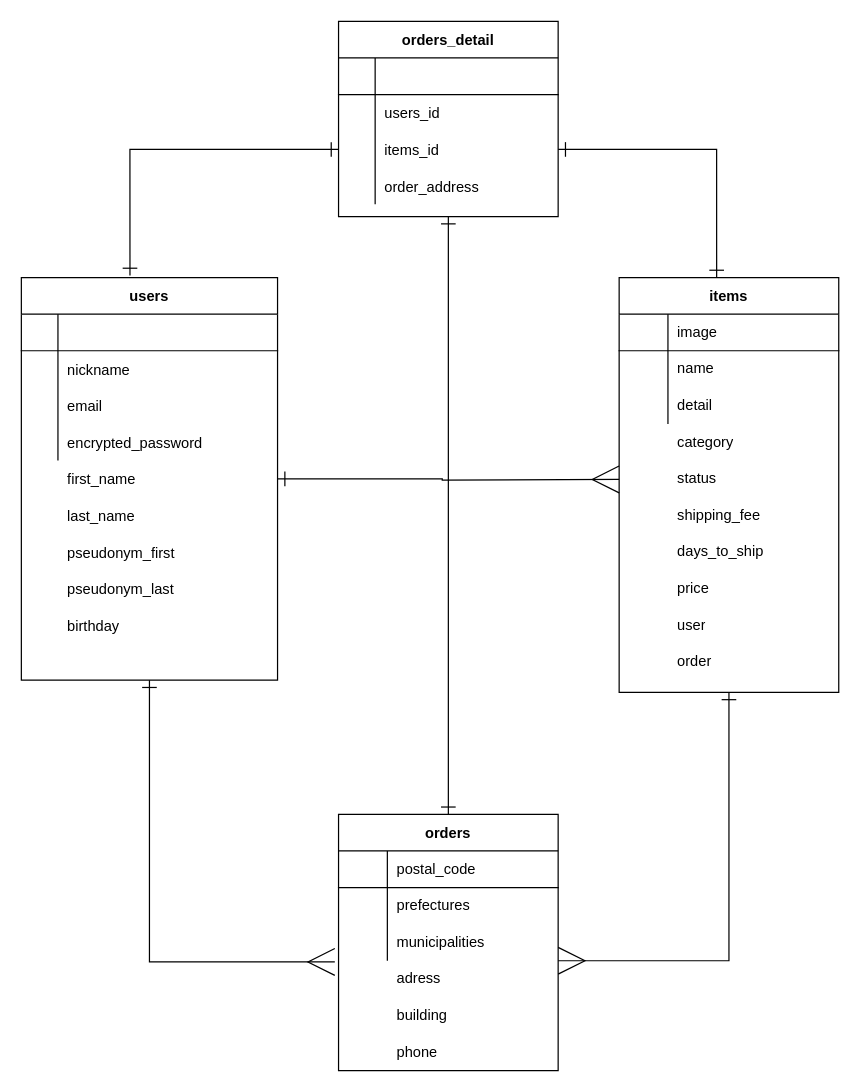
The draw.io diagram test.dio in Yusuke0507/furima-36427, before the edit. Source tidied: cells renumbered, new cells numbered last; positions are measured from the earlier drawing's top-left corner, leaving out a move shared by most shapes. Both pictures are drawn from the tidied source at 122%, with x=0, y=0 at pixel (21, 21).
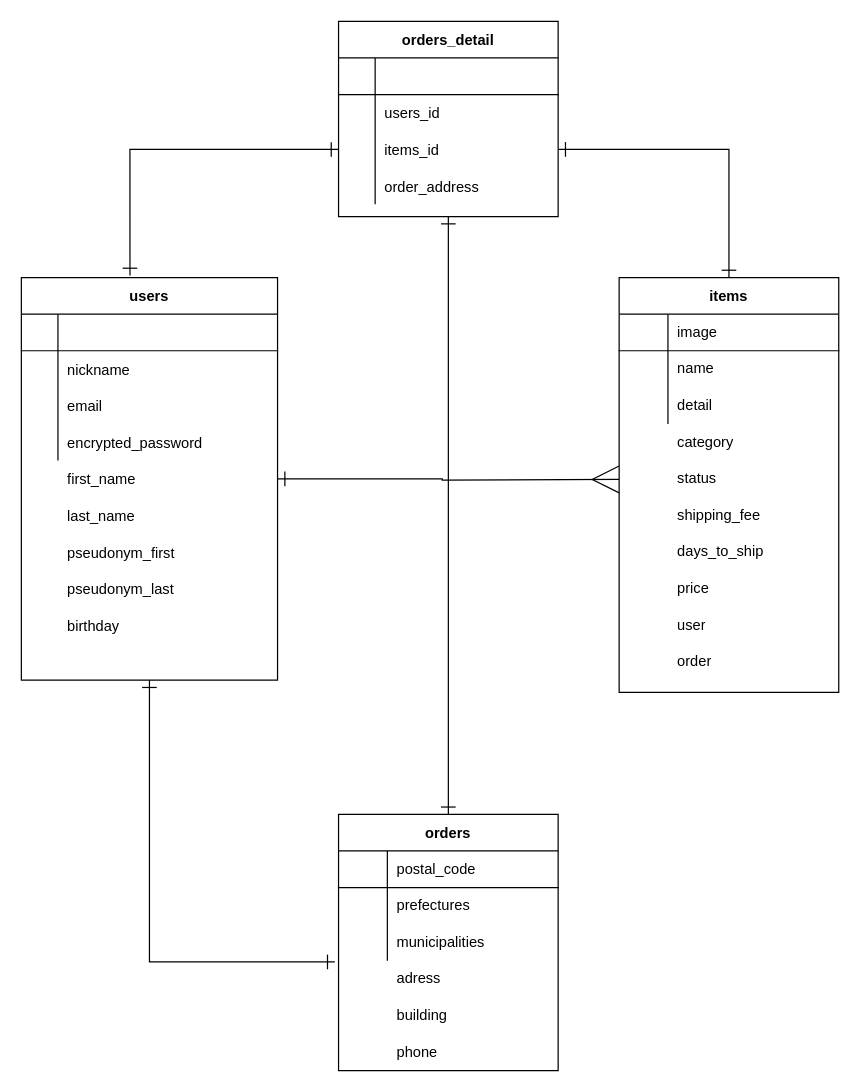
Above is the later version.

Unchanged cells that the change refers to:
```xml
<mxCell id="4" value="users" style="shape=table;startSize=30;childLayout=tableLayout;rowLines=0;fontStyle=1;align=center;" parent="1" vertex="1">
  <mxGeometry y="210" width="210" height="330" as="geometry" />
</mxCell>
<mxCell id="23" value="items" style="shape=table;startSize=30;childLayout=tableLayout;rowLines=0;fontStyle=1;align=center;fillColor=none;" parent="1" vertex="1">
  <mxGeometry x="490" y="210" width="180" height="340" as="geometry" />
</mxCell>
<mxCell id="40" style="shape=partialRectangle;html=1;whiteSpace=wrap;fillColor=none;top=0;left=0;bottom=0;right=0;points=[[0,0.5],[1,0.5]];portConstraint=eastwest;" parent="33" vertex="1">
  <mxGeometry y="90" width="180" height="30" as="geometry" />
</mxCell>
<mxCell id="64" style="shape=partialRectangle;fillColor=none;top=0;left=0;bottom=0;right=0;points=[[0,0.5],[1,0.5]];portConstraint=eastwest;" parent="57" vertex="1">
  <mxGeometry y="90" width="180" height="30" as="geometry" />
</mxCell>
```

The edit, as a diff of the source:
```diff
@@
-    <mxCell id="3" style="edgeStyle=orthogonalEdgeStyle;rounded=0;jettySize=auto;html=1;exitX=0.5;exitY=1;exitDx=0;exitDy=0;startArrow=ERone;startFill=0;endArrow=ERmany;endFill=0;startSize=10;endSize=20;entryX=-0.017;entryY=1.033;entryDx=0;entryDy=0;entryPerimeter=0;" parent="1" edge="1" source="4" target="40">
+    <mxCell id="3" style="edgeStyle=orthogonalEdgeStyle;rounded=0;jettySize=auto;html=1;exitX=0.5;exitY=1;exitDx=0;exitDy=0;startArrow=ERone;startFill=0;endArrow=ERone;endFill=0;startSize=10;endSize=10;entryX=-0.017;entryY=1.033;entryDx=0;entryDy=0;entryPerimeter=0;" parent="1" edge="1" source="4" target="40">
       <mxGeometry relative="1" as="geometry">
         <Array as="points">
           <mxPoint x="105" y="771" />
         </Array>
       </mxGeometry>
     </mxCell>
@@
-    <mxCell id="22" style="edgeStyle=orthogonalEdgeStyle;rounded=0;jettySize=auto;html=1;exitX=0.5;exitY=1;exitDx=0;exitDy=0;startArrow=ERone;startFill=0;endArrow=ERmany;endFill=0;startSize=10;endSize=20;" parent="1" edge="1" source="23">
-      <mxGeometry relative="1" as="geometry">
-        <mxPoint x="440" y="770" as="targetPoint" />
-        <Array as="points">
-          <mxPoint x="580" y="770" />
-          <mxPoint x="580" y="770" />
-        </Array>
-      </mxGeometry>
-    </mxCell>
@@
-    <mxCell id="70" style="edgeStyle=orthogonalEdgeStyle;rounded=0;jettySize=auto;html=1;exitX=1;exitY=0.5;exitDx=0;exitDy=0;entryX=0.444;entryY=0;entryDx=0;entryDy=0;entryPerimeter=0;startArrow=ERone;startFill=0;endArrow=ERone;endFill=0;startSize=10;endSize=10;" parent="1" edge="1" source="64" target="23">
-      <mxGeometry relative="1" as="geometry" />
-    </mxCell>
@@
+    <mxCell id="70" style="edgeStyle=orthogonalEdgeStyle;rounded=0;jettySize=auto;html=1;exitX=1;exitY=0.5;exitDx=0;exitDy=0;entryX=0.5;entryY=0;entryDx=0;entryDy=0;startArrow=ERone;startFill=0;endArrow=ERone;endFill=0;startSize=10;endSize=10;" parent="1" edge="1" source="64" target="23">
+      <mxGeometry relative="1" as="geometry" />
+    </mxCell>
```
